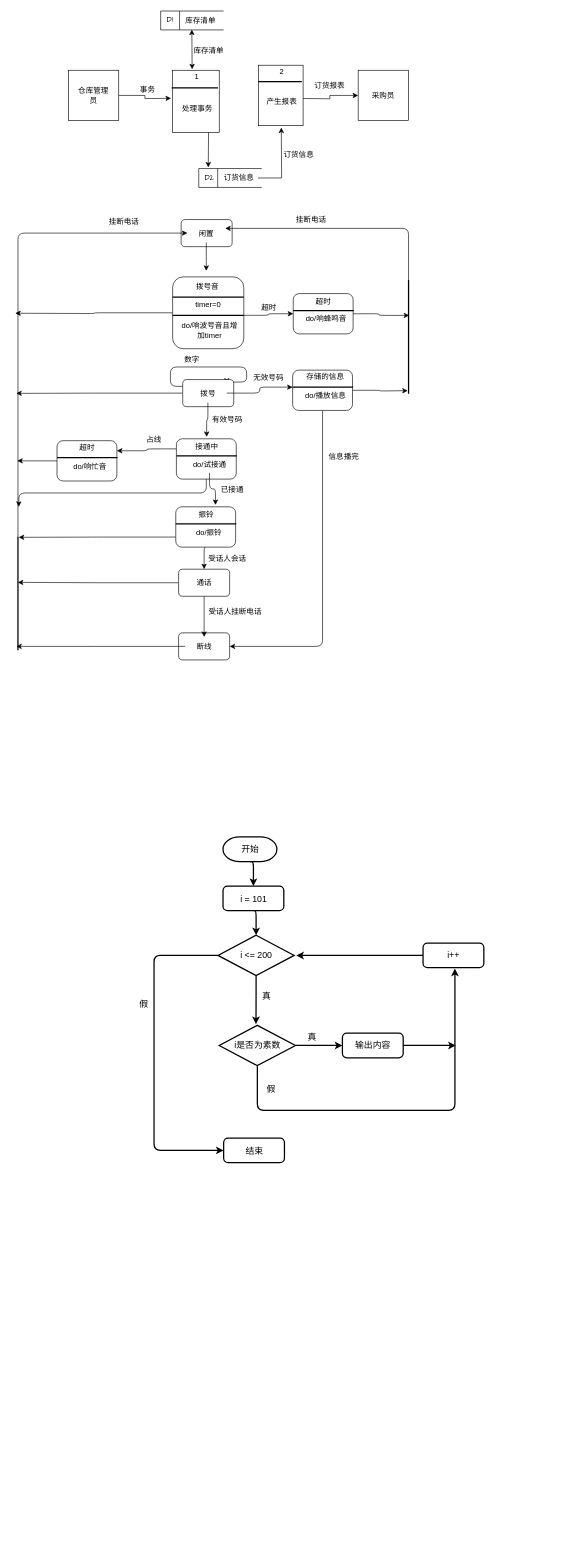
Above: 未命名绘图.drawio in wangXingRunning/weige.github.io (draw.io), before the change. Source tidied: cells renumbered, new cells numbered last; positions are measured from the earlier drawing's top-left corner, leaving out a move shared by most shapes. Both pictures are drawn from the tidied source at 63%, with x=0, y=0 at pixel (14, 11).
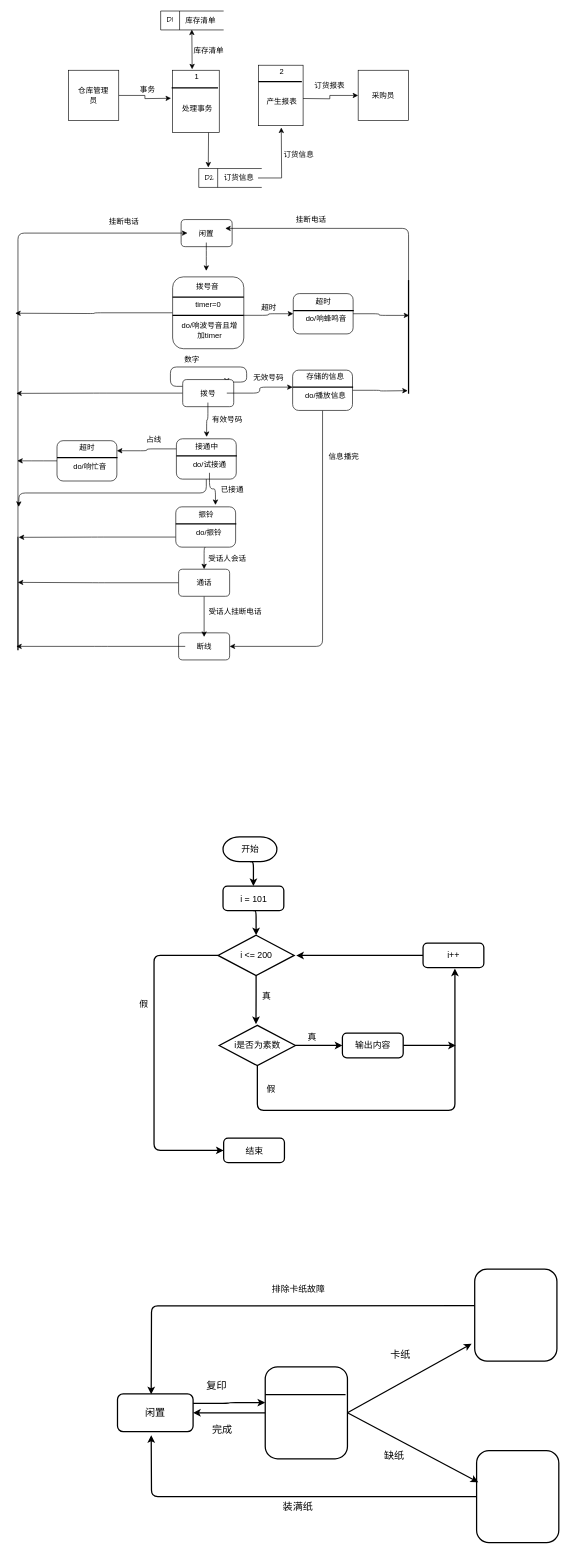
Above is the later version.

Commit message (it also covers changes not shown here):
更新未命名绘图.drawio

Diff of the diagram source:
```diff
@@
+    <mxCell id="114" value="闲置" style="rounded=1;whiteSpace=wrap;html=1;fontFamily=Helvetica;fontSize=16;fontColor=default;labelBackgroundColor=default;strokeWidth=2;" parent="1" vertex="1">
+      <mxGeometry x="163" y="2195" width="120" height="60" as="geometry" />
+    </mxCell>
+    <mxCell id="115" style="edgeStyle=orthogonalEdgeStyle;rounded=1;jettySize=auto;html=1;entryX=1;entryY=0.5;entryDx=0;entryDy=0;strokeColor=default;strokeWidth=2;align=center;verticalAlign=middle;fontFamily=Helvetica;fontSize=11;fontColor=default;labelBackgroundColor=default;endArrow=classic;" parent="1" edge="1" source="117" target="114">
+      <mxGeometry relative="1" as="geometry" />
+    </mxCell>
+    <mxCell id="116" style="rounded=1;jettySize=auto;html=1;exitX=1;exitY=0.5;exitDx=0;exitDy=0;strokeColor=default;strokeWidth=2;align=center;verticalAlign=middle;fontFamily=Helvetica;fontSize=11;fontColor=default;labelBackgroundColor=default;endArrow=classic;" parent="1" edge="1" source="117">
+      <mxGeometry relative="1" as="geometry">
+        <mxPoint x="725.1" y="2115.5" as="targetPoint" />
+      </mxGeometry>
+    </mxCell>
+    <mxCell id="117" style="rounded=1;whiteSpace=wrap;html=1;fontFamily=Helvetica;fontSize=11;fontColor=default;labelBackgroundColor=default;strokeWidth=2;" parent="1" vertex="1">
+      <mxGeometry x="397.5" y="2152" width="130.5" height="146" as="geometry" />
+    </mxCell>
+    <mxCell id="118" style="edgeStyle=orthogonalEdgeStyle;rounded=1;orthogonalLoop=1;jettySize=auto;html=1;exitX=0;exitY=0.25;exitDx=0;exitDy=0;strokeColor=default;strokeWidth=2;align=center;verticalAlign=middle;fontFamily=Helvetica;fontSize=11;fontColor=default;labelBackgroundColor=default;endArrow=classic;" parent="1" edge="1">
+      <mxGeometry relative="1" as="geometry">
+        <mxPoint x="730" y="2055" as="sourcePoint" />
+        <mxPoint x="216.5" y="2195.7" as="targetPoint" />
+      </mxGeometry>
+    </mxCell>
+    <mxCell id="119" style="rounded=1;whiteSpace=wrap;html=1;fontFamily=Helvetica;fontSize=11;fontColor=default;labelBackgroundColor=default;strokeWidth=2;" parent="1" vertex="1">
+      <mxGeometry x="730" y="1997" width="130.5" height="146" as="geometry" />
+    </mxCell>
+    <mxCell id="120" style="edgeStyle=orthogonalEdgeStyle;rounded=1;jettySize=auto;html=1;exitX=0;exitY=0.5;exitDx=0;exitDy=0;strokeColor=default;strokeWidth=2;align=center;verticalAlign=middle;fontFamily=Helvetica;fontSize=11;fontColor=default;labelBackgroundColor=default;endArrow=classic;" parent="1" edge="1" source="121">
+      <mxGeometry relative="1" as="geometry">
+        <mxPoint x="216.5" y="2260.6" as="targetPoint" />
+      </mxGeometry>
+    </mxCell>
+    <mxCell id="121" style="rounded=1;whiteSpace=wrap;html=1;fontFamily=Helvetica;fontSize=11;fontColor=default;labelBackgroundColor=default;strokeWidth=2;" parent="1" vertex="1">
+      <mxGeometry x="733" y="2285" width="130.5" height="146" as="geometry" />
+    </mxCell>
+    <mxCell id="122" style="edgeStyle=orthogonalEdgeStyle;rounded=1;jettySize=auto;html=1;exitX=1;exitY=0.25;exitDx=0;exitDy=0;entryX=-0.001;entryY=0.389;entryDx=0;entryDy=0;entryPerimeter=0;strokeColor=default;strokeWidth=2;align=center;verticalAlign=middle;fontFamily=Helvetica;fontSize=11;fontColor=default;labelBackgroundColor=default;endArrow=classic;" parent="1" edge="1" source="114" target="117">
+      <mxGeometry relative="1" as="geometry" />
+    </mxCell>
+    <mxCell id="123" style="rounded=1;jettySize=auto;html=1;exitX=1;exitY=0.5;exitDx=0;exitDy=0;entryX=0.02;entryY=0.344;entryDx=0;entryDy=0;entryPerimeter=0;strokeColor=default;strokeWidth=2;align=center;verticalAlign=middle;fontFamily=Helvetica;fontSize=11;fontColor=default;labelBackgroundColor=default;endArrow=classic;" parent="1" edge="1" source="117" target="121">
+      <mxGeometry relative="1" as="geometry" />
+    </mxCell>
+    <mxCell id="124" value="&lt;font style=&quot;font-size: 14px;&quot;&gt;排除卡纸故障&lt;/font&gt;" style="text;html=1;align=center;verticalAlign=middle;strokeColor=none;fillColor=none;fontFamily=Helvetica;fontSize=14;fontColor=default;labelBackgroundColor=default;strokeWidth=2;" parent="1" vertex="1">
+      <mxGeometry x="399" y="2014" width="102" height="29" as="geometry" />
+    </mxCell>
+    <mxCell id="125" value="装满纸" style="text;html=1;align=center;verticalAlign=middle;strokeColor=none;fillColor=none;fontFamily=Helvetica;fontSize=16;fontColor=default;labelBackgroundColor=default;" parent="1" vertex="1">
+      <mxGeometry x="416" y="2358" width="66" height="31" as="geometry" />
+    </mxCell>
+    <mxCell id="126" value="完成" style="text;html=1;align=center;verticalAlign=middle;strokeColor=none;fillColor=none;fontFamily=Helvetica;fontSize=16;fontColor=default;labelBackgroundColor=default;" parent="1" vertex="1">
+      <mxGeometry x="304" y="2236" width="50" height="31" as="geometry" />
+    </mxCell>
+    <mxCell id="127" value="复印" style="text;html=1;align=center;verticalAlign=middle;strokeColor=none;fillColor=none;fontFamily=Helvetica;fontSize=16;fontColor=default;labelBackgroundColor=default;" parent="1" vertex="1">
+      <mxGeometry x="295" y="2165" width="50" height="31" as="geometry" />
+    </mxCell>
+    <mxCell id="128" value="卡纸" style="text;html=1;align=center;verticalAlign=middle;strokeColor=none;fillColor=none;fontFamily=Helvetica;fontSize=16;fontColor=default;labelBackgroundColor=default;" parent="1" vertex="1">
+      <mxGeometry x="587" y="2116" width="50" height="31" as="geometry" />
+    </mxCell>
+    <mxCell id="129" value="缺纸" style="text;html=1;align=center;verticalAlign=middle;strokeColor=none;fillColor=none;fontFamily=Helvetica;fontSize=16;fontColor=default;labelBackgroundColor=default;" parent="1" vertex="1">
+      <mxGeometry x="577" y="2277" width="50" height="31" as="geometry" />
+    </mxCell>
+    <mxCell id="130" style="line;strokeWidth=2;html=1;rounded=1;strokeColor=default;align=center;verticalAlign=middle;fontFamily=Helvetica;fontSize=16;fontColor=default;labelBackgroundColor=default;fillColor=default;" parent="1" vertex="1">
+      <mxGeometry x="397.5" y="2191" width="127.5" height="10" as="geometry" />
+    </mxCell>
```
